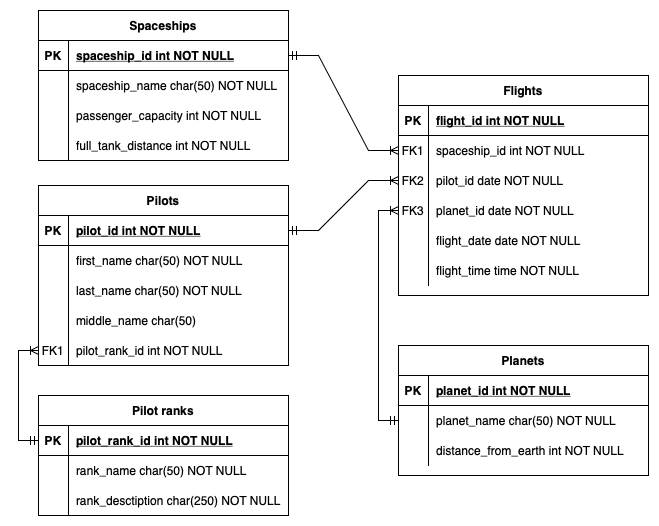
Kolesa-Education/kolesa-upgrade-homework-4 keeps this draw.io diagram as task_1.drawio.png. Above is the earlier version. Source tidied: cells renumbered, new cells last; positions are measured from the earlier drawing's top-left corner, leaving out a move shared by most shapes.
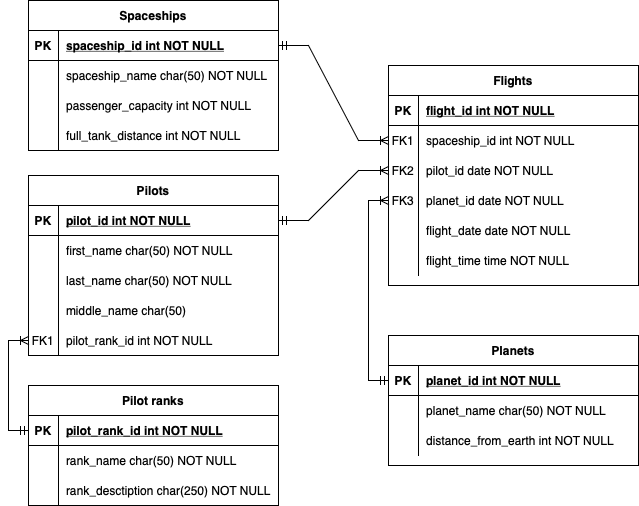
Later version of the same file.

The edit, as a diff of the source:
```diff
@@ -188,7 +188,7 @@
     <mxCell id="63" style="edgeStyle=entityRelationEdgeStyle;fontSize=12;html=1;endArrow=ERoneToMany;startArrow=ERmandOne;rounded=0;exitX=1;exitY=0.5;exitDx=0;exitDy=0;" parent="1" edge="1" source="47" target="9">
       <mxGeometry relative="1" as="geometry" />
     </mxCell>
-    <mxCell id="64" style="edgeStyle=orthogonalEdgeStyle;rounded=0;jettySize=auto;html=1;exitX=0;exitY=0.5;exitDx=0;exitDy=0;entryX=0;entryY=0.5;entryDx=0;entryDy=0;startArrow=ERmandOne;startFill=0;endArrow=ERoneToMany;endFill=0;" parent="1" edge="1" source="25" target="12">
+    <mxCell id="64" style="edgeStyle=orthogonalEdgeStyle;rounded=0;jettySize=auto;html=1;exitX=0;exitY=0.5;exitDx=0;exitDy=0;entryX=0;entryY=0.5;entryDx=0;entryDy=0;startArrow=ERmandOne;startFill=0;endArrow=ERoneToMany;endFill=0;" parent="1" edge="1" source="22" target="12">
       <mxGeometry relative="1" as="geometry" />
     </mxCell>
     <mxCell id="65" value="Pilot ranks" style="shape=table;startSize=30;rowLines=0;fontStyle=1;align=center;" parent="1" vertex="1">
```
